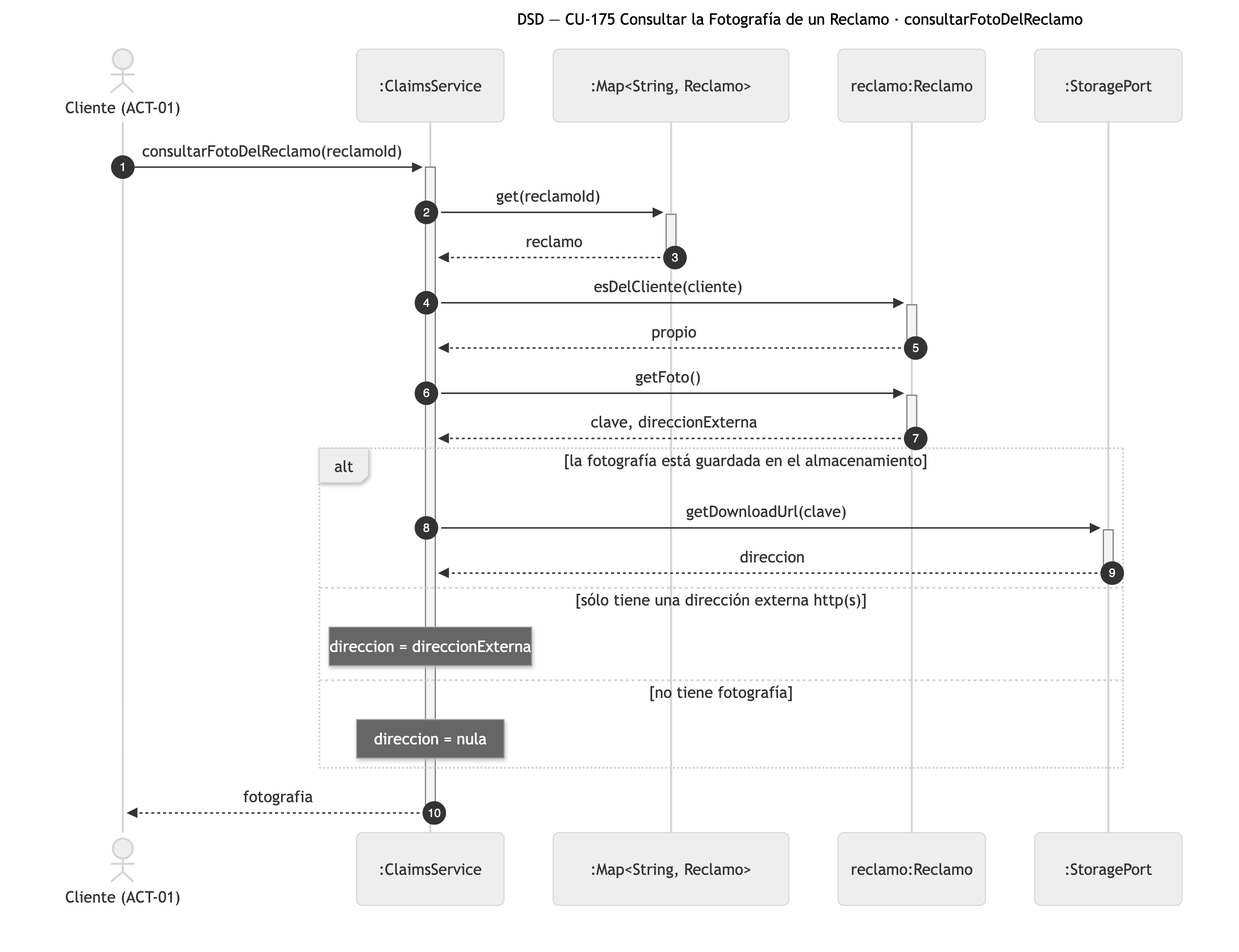
Earlier version of the Mermaid export diagramas/png/DSD_CU-175_consultarFotoDelReclamo.png (Nahuelito-Dev/splg-docs). Its source is kept beside it as diagramas/DSD_CU-175_consultarFotoDelReclamo.mmd.
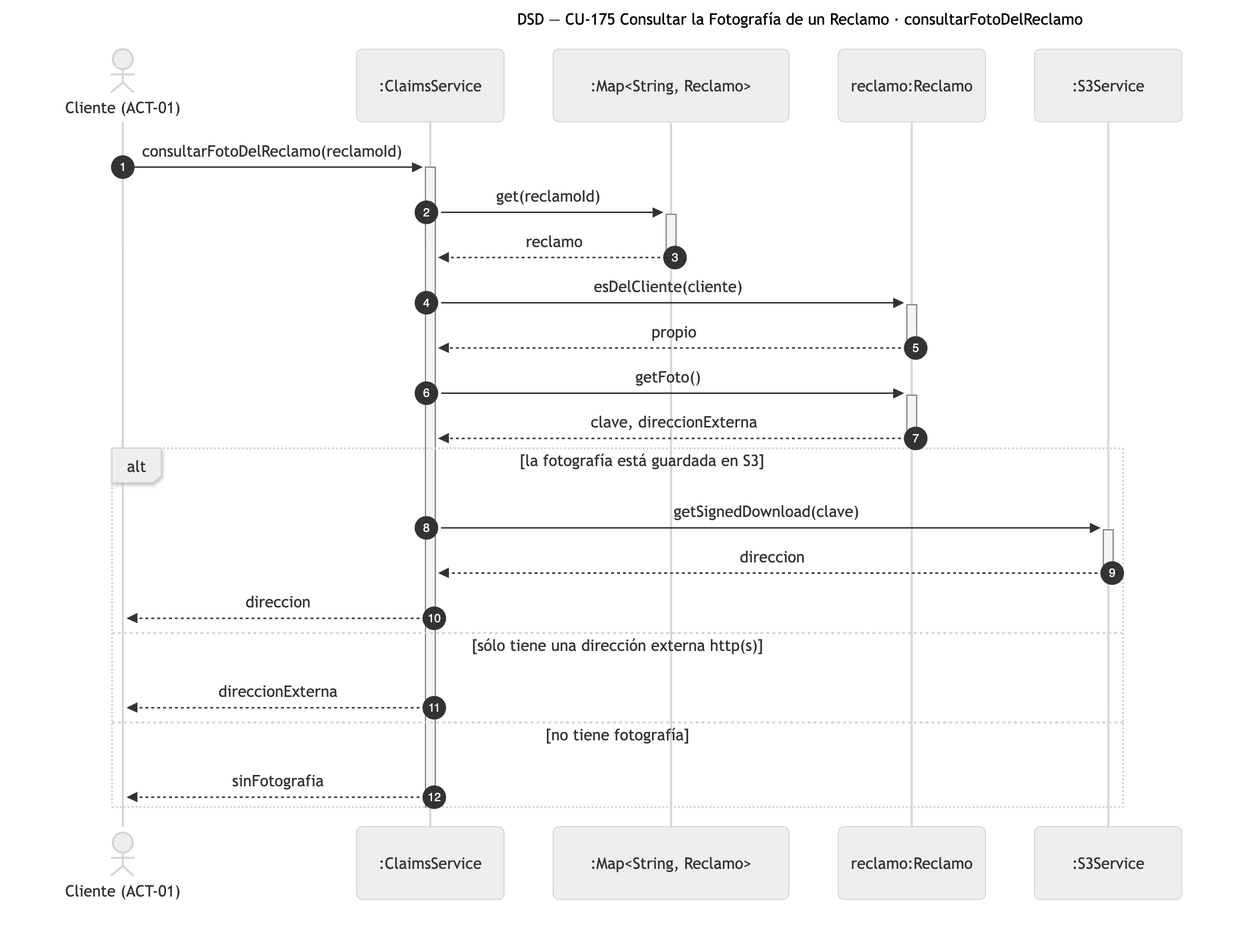
After the change.

Change to the diagram source:
```diff
@@ -5,7 +5,7 @@
     participant SRV as :ClaimsService
     participant COL as :Map#lt;String, Reclamo#gt;
     participant REC as reclamo:Reclamo
-    participant STO as :StoragePort
+    participant S3 as :S3Service
 
     CLI->>+SRV: consultarFotoDelReclamo(reclamoId)
     SRV->>+COL: get(reclamoId)
@@ -14,12 +14,13 @@
     REC-->>-SRV: propio
     SRV->>+REC: getFoto()
     REC-->>-SRV: clave, direccionExterna
-    alt la fotografía está guardada en el almacenamiento
-        SRV->>+STO: getDownloadUrl(clave)
-        STO-->>-SRV: direccion
+    alt la fotografía está guardada en S3
+        SRV->>+S3: getSignedDownload(clave)
+        S3-->>-SRV: direccion
+        SRV-->>CLI: direccion
     else sólo tiene una dirección externa http(s)
-        Note over SRV: direccion = direccionExterna
+        SRV-->>CLI: direccionExterna
     else no tiene fotografía
-        Note over SRV: direccion = nula
+        SRV-->>CLI: sinFotografia
     end
-    SRV-->>-CLI: fotografia
+    deactivate SRV
```
